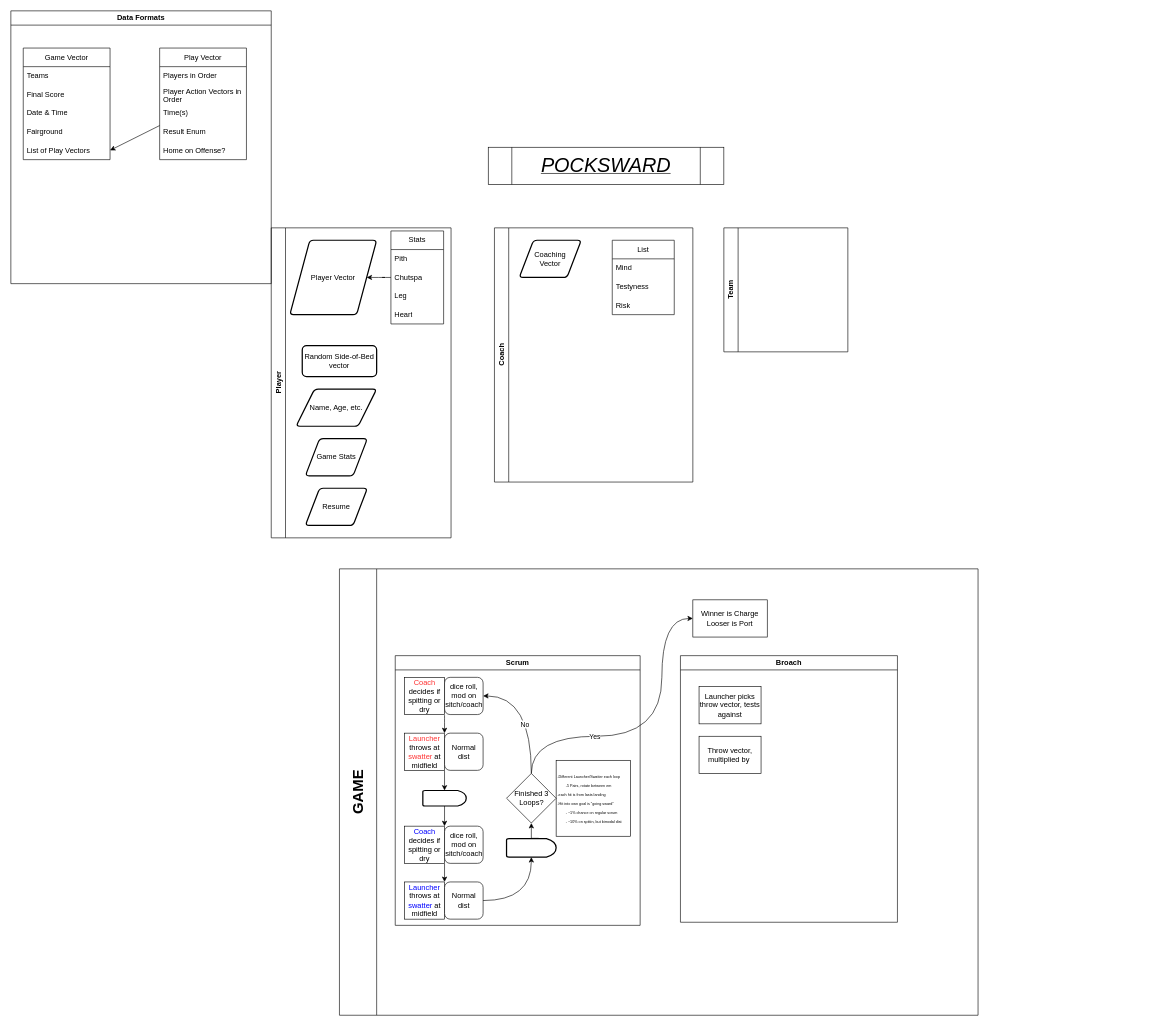
Above: Pockslide.drawio in Leviticoos/pockslide (draw.io), before the change. Source tidied: cells renumbered, new cells numbered last; positions are measured from the earlier drawing's top-left corner, leaving out a move shared by most shapes. Both pictures are drawn from the tidied source at 62%, with x=0, y=0 at pixel (11, 11).
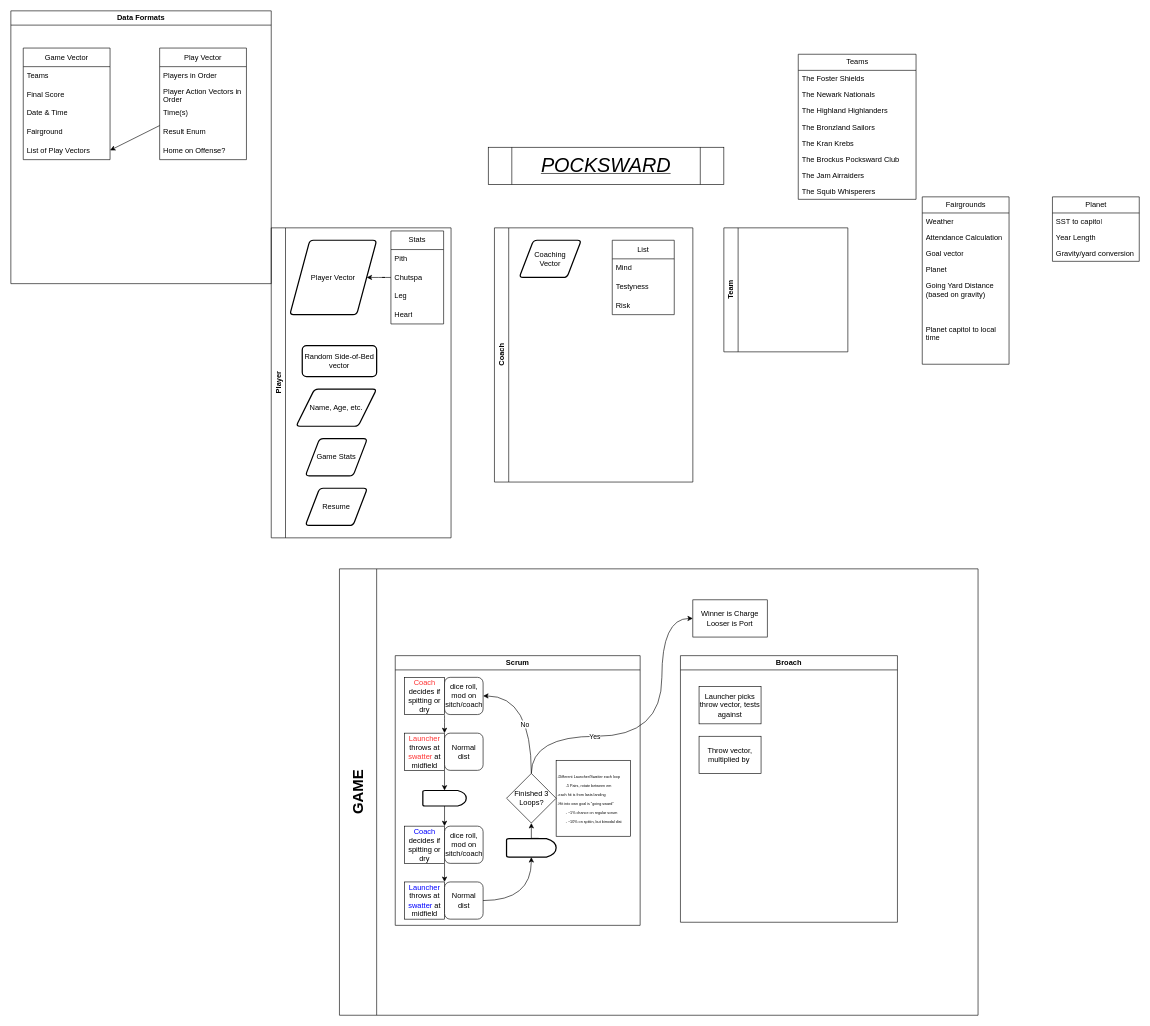
The same diagram, later.

Commit message:
Hope this works!

Change to the diagram source:
```diff
@@
+    <mxCell id="64" value="Planet" style="swimlane;fontStyle=0;horizontal=1;startSize=26;fillColor=none;html=1;" parent="1" vertex="1">
+      <mxGeometry x="1680" y="300" width="140" height="104" as="geometry" />
+    </mxCell>
+    <mxCell id="65" value="SST to capitol" style="text;strokeColor=none;fillColor=none;align=left;verticalAlign=top;spacingLeft=4;spacingRight=4;overflow=hidden;whiteSpace=wrap;html=1;" parent="64" vertex="1">
+      <mxGeometry y="26" width="140" height="26" as="geometry" />
+    </mxCell>
+    <mxCell id="66" value="Year Length" style="text;strokeColor=none;fillColor=none;align=left;verticalAlign=top;spacingLeft=4;spacingRight=4;overflow=hidden;whiteSpace=wrap;html=1;" parent="64" vertex="1">
+      <mxGeometry y="52" width="140" height="26" as="geometry" />
+    </mxCell>
+    <mxCell id="67" value="Gravity/yard conversion" style="text;strokeColor=none;fillColor=none;align=left;verticalAlign=top;spacingLeft=4;spacingRight=4;overflow=hidden;whiteSpace=wrap;html=1;" parent="64" vertex="1">
+      <mxGeometry y="78" width="140" height="26" as="geometry" />
+    </mxCell>
+    <mxCell id="68" value="Fairgrounds" style="swimlane;fontStyle=0;horizontal=1;startSize=26;fillColor=none;html=1;" parent="1" vertex="1">
+      <mxGeometry x="1470" y="300" width="140" height="270" as="geometry" />
+    </mxCell>
+    <mxCell id="69" value="Weather" style="text;strokeColor=none;fillColor=none;align=left;verticalAlign=top;spacingLeft=4;spacingRight=4;overflow=hidden;whiteSpace=wrap;html=1;" parent="68" vertex="1">
+      <mxGeometry y="26" width="140" height="26" as="geometry" />
+    </mxCell>
+    <mxCell id="70" value="Attendance Calculation" style="text;strokeColor=none;fillColor=none;align=left;verticalAlign=top;spacingLeft=4;spacingRight=4;overflow=hidden;whiteSpace=wrap;html=1;" parent="68" vertex="1">
+      <mxGeometry y="52" width="140" height="26" as="geometry" />
+    </mxCell>
+    <mxCell id="71" value="Goal vector" style="text;strokeColor=none;fillColor=none;align=left;verticalAlign=top;spacingLeft=4;spacingRight=4;overflow=hidden;whiteSpace=wrap;html=1;" parent="68" vertex="1">
+      <mxGeometry y="78" width="140" height="26" as="geometry" />
+    </mxCell>
+    <mxCell id="72" value="Planet" style="text;strokeColor=none;fillColor=none;align=left;verticalAlign=top;spacingLeft=4;spacingRight=4;overflow=hidden;whiteSpace=wrap;html=1;" parent="68" vertex="1">
+      <mxGeometry y="104" width="140" height="26" as="geometry" />
+    </mxCell>
+    <mxCell id="73" value="Going Yard Distance (based on gravity)" style="text;strokeColor=none;fillColor=none;align=left;verticalAlign=top;spacingLeft=4;spacingRight=4;overflow=hidden;whiteSpace=wrap;html=1;" parent="68" vertex="1">
+      <mxGeometry y="130" width="140" height="70" as="geometry" />
+    </mxCell>
+    <mxCell id="74" value="Planet capitol to local time" style="text;strokeColor=none;fillColor=none;align=left;verticalAlign=top;spacingLeft=4;spacingRight=4;overflow=hidden;whiteSpace=wrap;html=1;" parent="68" vertex="1">
+      <mxGeometry y="200" width="140" height="70" as="geometry" />
+    </mxCell>
+    <mxCell id="75" value="Teams" style="swimlane;fontStyle=0;horizontal=1;startSize=26;fillColor=none;html=1;" parent="1" vertex="1">
+      <mxGeometry x="1270" y="70" width="190" height="234" as="geometry" />
+    </mxCell>
+    <mxCell id="76" value="The Foster Shields" style="text;strokeColor=none;fillColor=none;align=left;verticalAlign=top;spacingLeft=4;spacingRight=4;overflow=hidden;whiteSpace=wrap;html=1;" parent="75" vertex="1">
+      <mxGeometry y="26" width="190" height="26" as="geometry" />
+    </mxCell>
+    <mxCell id="77" value="The Newark Nationals" style="text;strokeColor=none;fillColor=none;align=left;verticalAlign=top;spacingLeft=4;spacingRight=4;overflow=hidden;whiteSpace=wrap;html=1;" parent="75" vertex="1">
+      <mxGeometry y="52" width="190" height="26" as="geometry" />
+    </mxCell>
+    <mxCell id="78" value="The Highland Highlanders" style="text;strokeColor=none;fillColor=none;align=left;verticalAlign=top;spacingLeft=4;spacingRight=4;overflow=hidden;whiteSpace=wrap;html=1;" parent="75" vertex="1">
+      <mxGeometry y="78" width="190" height="26" as="geometry" />
+    </mxCell>
+    <mxCell id="79" value="The Bronzland Sailors" style="text;strokeColor=none;fillColor=none;align=left;verticalAlign=top;spacingLeft=4;spacingRight=4;overflow=hidden;whiteSpace=wrap;html=1;" parent="75" vertex="1">
+      <mxGeometry y="104" width="190" height="26" as="geometry" />
+    </mxCell>
+    <mxCell id="80" value="The Kran Krebs" style="text;strokeColor=none;fillColor=none;align=left;verticalAlign=top;spacingLeft=4;spacingRight=4;overflow=hidden;whiteSpace=wrap;html=1;" parent="75" vertex="1">
+      <mxGeometry y="130" width="190" height="26" as="geometry" />
+    </mxCell>
+    <mxCell id="81" value="The Brockus Pocksward Club" style="text;strokeColor=none;fillColor=none;align=left;verticalAlign=top;spacingLeft=4;spacingRight=4;overflow=hidden;whiteSpace=wrap;html=1;" parent="75" vertex="1">
+      <mxGeometry y="156" width="190" height="26" as="geometry" />
+    </mxCell>
+    <mxCell id="82" value="The Jam Airraiders" style="text;strokeColor=none;fillColor=none;align=left;verticalAlign=top;spacingLeft=4;spacingRight=4;overflow=hidden;whiteSpace=wrap;html=1;" parent="75" vertex="1">
+      <mxGeometry y="182" width="190" height="26" as="geometry" />
+    </mxCell>
+    <mxCell id="83" value="The Squib Whisperers" style="text;strokeColor=none;fillColor=none;align=left;verticalAlign=top;spacingLeft=4;spacingRight=4;overflow=hidden;whiteSpace=wrap;html=1;" parent="75" vertex="1">
+      <mxGeometry y="208" width="190" height="26" as="geometry" />
+    </mxCell>
```
